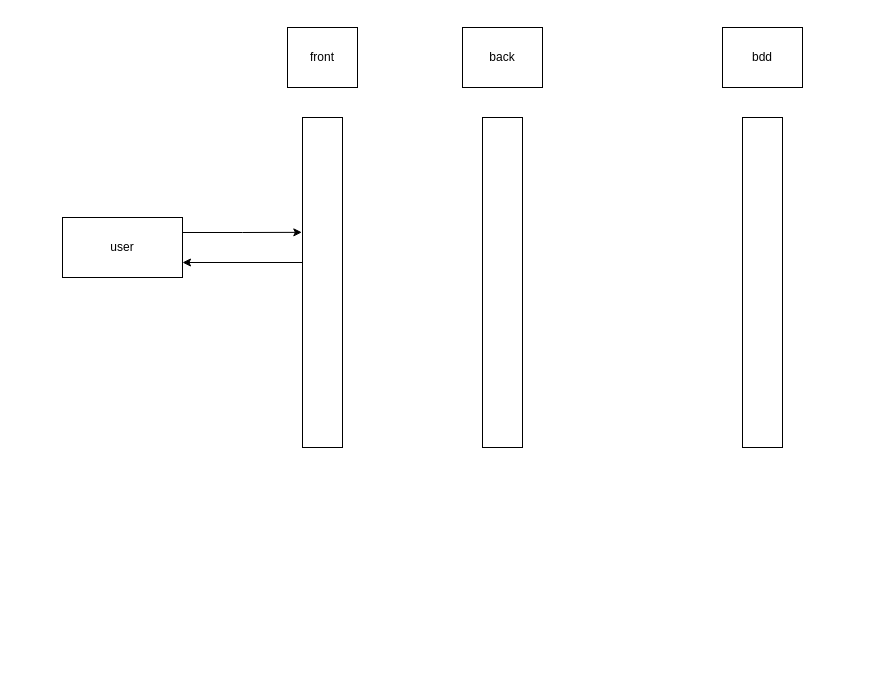
Earlier version of the draw.io diagram Diagramme sans nom.drawio (Nairolf7793/Nairolf7793). Source tidied: cells renumbered, new cells numbered last; positions are measured from the earlier drawing's top-left corner, leaving out a move shared by most shapes. Both pictures are drawn from the tidied source at 100%, with x=0, y=0 at pixel (62, 27).
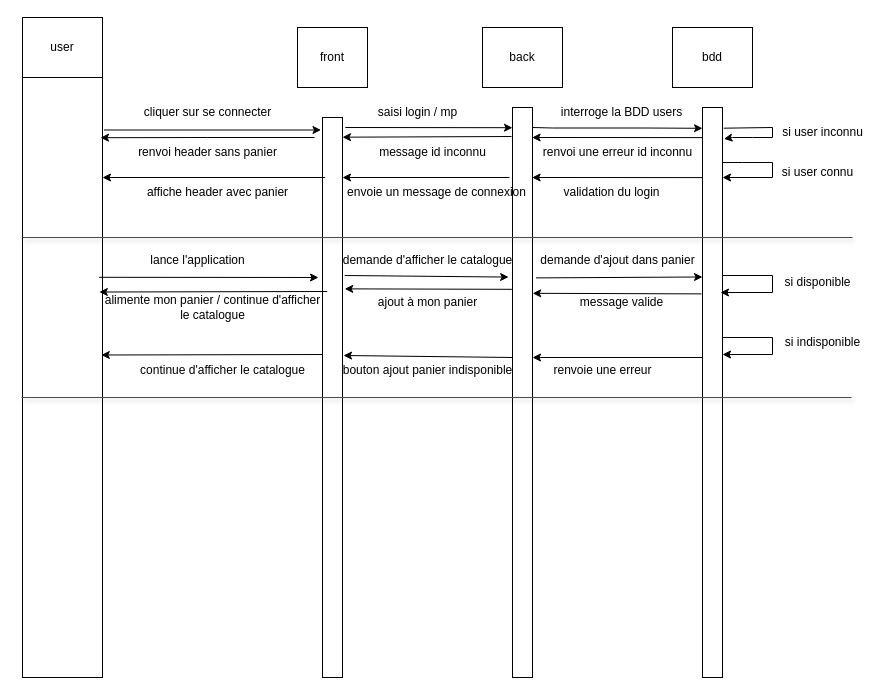
The same diagram, later.

Commit message (it also covers changes not shown here):
Mettre à jour Diagramme sans nom.drawio

Change to the diagram source:
```diff
@@
-    <mxCell id="2" value="user" style="rounded=0;whiteSpace=wrap;html=1;" parent="1" vertex="1">
-      <mxGeometry y="190" width="120" height="60" as="geometry" />
+    <mxCell id="2" style="rounded=0;whiteSpace=wrap;html=1;" parent="1" vertex="1">
+      <mxGeometry x="-40" y="50" width="80" height="600" as="geometry" />
     </mxCell>
-    <mxCell id="3" style="edgeStyle=orthogonalEdgeStyle;rounded=0;jettySize=auto;html=1;entryX=1;entryY=0.75;entryDx=0;entryDy=0;exitX=0.033;exitY=0.409;exitDx=0;exitDy=0;exitPerimeter=0;" parent="1" edge="1" source="4" target="2">
-      <mxGeometry relative="1" as="geometry">
-        <Array as="points">
-          <mxPoint x="241" y="235" />
-        </Array>
-      </mxGeometry>
-    </mxCell>
     <mxCell id="4" style="rounded=0;whiteSpace=wrap;html=1;" parent="1" vertex="1">
-      <mxGeometry x="240" y="90" width="40" height="330" as="geometry" />
+      <mxGeometry x="260" y="90" width="20" height="560" as="geometry" />
     </mxCell>
     <mxCell id="5" style="rounded=0;whiteSpace=wrap;html=1;" parent="1" vertex="1">
-      <mxGeometry x="420" y="90" width="40" height="330" as="geometry" />
+      <mxGeometry x="450" y="80" width="20" height="570" as="geometry" />
     </mxCell>
     <mxCell id="6" style="rounded=0;whiteSpace=wrap;html=1;" parent="1" vertex="1">
-      <mxGeometry x="680" y="90" width="40" height="330" as="geometry" />
+      <mxGeometry x="640" y="80" width="20" height="570" as="geometry" />
     </mxCell>
     <mxCell id="7" value="front" style="rounded=0;whiteSpace=wrap;html=1;" parent="1" vertex="1">
-      <mxGeometry x="225" width="70" height="60" as="geometry" />
+      <mxGeometry x="235" width="70" height="60" as="geometry" />
     </mxCell>
     <mxCell id="8" value="back" style="rounded=0;whiteSpace=wrap;html=1;" parent="1" vertex="1">
-      <mxGeometry x="400" width="80" height="60" as="geometry" />
+      <mxGeometry x="420" width="80" height="60" as="geometry" />
     </mxCell>
     <mxCell id="9" value="bdd" style="rounded=0;whiteSpace=wrap;html=1;" parent="1" vertex="1">
-      <mxGeometry x="660" width="80" height="60" as="geometry" />
+      <mxGeometry x="610" width="80" height="60" as="geometry" />
     </mxCell>
-    <mxCell id="10" style="edgeStyle=orthogonalEdgeStyle;rounded=0;jettySize=auto;html=1;exitX=1;exitY=0.25;exitDx=0;exitDy=0;entryX=-0.017;entryY=0.348;entryDx=0;entryDy=0;entryPerimeter=0;" parent="1" edge="1" source="2" target="4">
-      <mxGeometry relative="1" as="geometry" />
-    </mxCell>
+    <mxCell id="11" style="edgeStyle=none;orthogonalLoop=1;jettySize=auto;html=1;rounded=0;" parent="1" edge="1">
+      <mxGeometry relative="1" as="geometry">
+        <mxPoint x="41.5" y="102.5" as="sourcePoint" />
+        <mxPoint x="258.5" y="102.5" as="targetPoint" />
+        <Array as="points">
+          <mxPoint x="130.5" y="102.5" />
+          <mxPoint x="200.5" y="102.5" />
+        </Array>
+      </mxGeometry>
+    </mxCell>
+    <mxCell id="12" style="endArrow=classic;html=1;rounded=0;entryX=1.05;entryY=0.653;entryDx=0;entryDy=0;entryPerimeter=0;" parent="1" edge="1">
+      <mxGeometry relative="1" as="geometry">
+        <mxPoint x="252" y="110" as="sourcePoint" />
+        <mxPoint x="38" y="110.2" as="targetPoint" />
+        <Array as="points">
+          <mxPoint x="145" y="110" />
+        </Array>
+      </mxGeometry>
+    </mxCell>
+    <mxCell id="13" value="cliquer sur se connecter" style="text;html=1;align=center;verticalAlign=middle;strokeColor=none;fillColor=none;" parent="1" vertex="1">
+      <mxGeometry x="70" y="70" width="150" height="30" as="geometry" />
+    </mxCell>
+    <mxCell id="14" style="endArrow=classic;html=1;rounded=0;entryX=0.957;entryY=0.651;entryDx=0;entryDy=0;entryPerimeter=0;exitX=0;exitY=0.668;exitDx=0;exitDy=0;exitPerimeter=0;" parent="1" edge="1">
+      <mxGeometry relative="1" as="geometry">
+        <mxPoint x="262.6" y="150" as="sourcePoint" />
+        <mxPoint x="40" y="150" as="targetPoint" />
+      </mxGeometry>
+    </mxCell>
+    <mxCell id="15" value="renvoi header sans panier" style="text;html=1;align=center;verticalAlign=middle;strokeColor=none;fillColor=none;" parent="1" vertex="1">
+      <mxGeometry x="65" y="110" width="160" height="30" as="geometry" />
+    </mxCell>
+    <mxCell id="16" style="endArrow=classic;html=1;rounded=0;entryX=-0.13;entryY=0.404;entryDx=0;entryDy=0;entryPerimeter=0;exitX=1;exitY=0.138;exitDx=0;exitDy=0;exitPerimeter=0;" parent="1" edge="1">
+      <mxGeometry relative="1" as="geometry">
+        <mxPoint x="470" y="100" as="sourcePoint" />
+        <mxPoint x="640" y="100.8" as="targetPoint" />
+        <Array as="points">
+          <mxPoint x="490" y="100.5" />
+          <mxPoint x="582.6" y="100.5" />
+        </Array>
+      </mxGeometry>
+    </mxCell>
+    <mxCell id="17" value="interroge la BDD users" style="text;html=1;align=center;verticalAlign=middle;strokeColor=none;fillColor=none;" parent="1" vertex="1">
+      <mxGeometry x="489" y="70" width="140" height="30" as="geometry" />
+    </mxCell>
+    <mxCell id="18" style="endArrow=classic;html=1;rounded=0;entryX=0.83;entryY=0.408;entryDx=0;entryDy=0;entryPerimeter=0;" parent="1" edge="1">
+      <mxGeometry relative="1" as="geometry">
+        <mxPoint x="447" y="150" as="sourcePoint" />
+        <mxPoint x="280" y="150" as="targetPoint" />
+      </mxGeometry>
+    </mxCell>
+    <mxCell id="19" style="endArrow=classic;html=1;rounded=0;entryX=1.23;entryY=0.726;entryDx=0;entryDy=0;entryPerimeter=0;" parent="1" edge="1">
+      <mxGeometry relative="1" as="geometry">
+        <mxPoint x="449" y="109" as="sourcePoint" />
+        <mxPoint x="280" y="109.7" as="targetPoint" />
+      </mxGeometry>
+    </mxCell>
+    <mxCell id="20" style="edgeStyle=none;jettySize=auto;html=1;rounded=0;exitX=1.06;exitY=0.093;exitDx=0;exitDy=0;exitPerimeter=0;entryX=1.07;entryY=0.055;entryDx=0;entryDy=0;entryPerimeter=0;" parent="1" edge="1" target="6">
+      <mxGeometry relative="1" as="geometry">
+        <mxPoint x="661.2" y="100.7" as="sourcePoint" />
+        <Array as="points">
+          <mxPoint x="710" y="100" />
+          <mxPoint x="710" y="110" />
+          <mxPoint x="690" y="110" />
+          <mxPoint x="670" y="110" />
+        </Array>
+      </mxGeometry>
+    </mxCell>
+    <mxCell id="21" value="si user inconnu" style="text;html=1;align=center;verticalAlign=middle;strokeColor=none;fillColor=none;" parent="1" vertex="1">
+      <mxGeometry x="710" y="90" width="100" height="30" as="geometry" />
+    </mxCell>
+    <mxCell id="22" value="renvoi une erreur id inconnu" style="text;html=1;align=center;verticalAlign=middle;strokeColor=none;fillColor=none;" parent="1" vertex="1">
+      <mxGeometry x="470" y="110" width="170" height="30" as="geometry" />
+    </mxCell>
+    <mxCell id="23" value="si user connu" style="text;html=1;align=center;verticalAlign=middle;strokeColor=none;fillColor=none;" parent="1" vertex="1">
+      <mxGeometry x="710" y="130" width="90" height="30" as="geometry" />
+    </mxCell>
+    <mxCell id="24" style="edgeStyle=none;orthogonalLoop=1;jettySize=auto;html=1;rounded=0;entryX=1.02;entryY=0.202;entryDx=0;entryDy=0;entryPerimeter=0;fillColor=#3EFF30;" parent="1" edge="1">
+      <mxGeometry relative="1" as="geometry">
+        <mxPoint x="660" y="135" as="sourcePoint" />
+        <mxPoint x="660" y="150" as="targetPoint" />
+        <Array as="points">
+          <mxPoint x="680" y="135" />
+          <mxPoint x="710" y="135" />
+          <mxPoint x="710" y="150" />
+        </Array>
+      </mxGeometry>
+    </mxCell>
+    <mxCell id="25" value="envoie un message de connexion" style="text;html=1;align=center;verticalAlign=middle;strokeColor=none;fillColor=none;" parent="1" vertex="1">
+      <mxGeometry x="274" y="150" width="200" height="30" as="geometry" />
+    </mxCell>
+    <mxCell id="26" value="affiche header avec panier" style="text;html=1;align=center;verticalAlign=middle;strokeColor=none;fillColor=none;" parent="1" vertex="1">
+      <mxGeometry x="75" y="150" width="160" height="30" as="geometry" />
+    </mxCell>
+    <mxCell id="27" style="endArrow=classic;html=1;rounded=0;exitX=0.02;exitY=0.179;exitDx=0;exitDy=0;exitPerimeter=0;" parent="1" edge="1">
+      <mxGeometry relative="1" as="geometry">
+        <mxPoint x="640" y="150.1" as="sourcePoint" />
+        <mxPoint x="469.6" y="150" as="targetPoint" />
+      </mxGeometry>
+    </mxCell>
+    <mxCell id="28" style="endArrow=classic;html=1;rounded=0;exitX=1.14;exitY=0.059;exitDx=0;exitDy=0;exitPerimeter=0;entryX=0;entryY=0.09;entryDx=0;entryDy=0;entryPerimeter=0;" parent="1" edge="1">
+      <mxGeometry relative="1" as="geometry">
+        <mxPoint x="282.8" y="100" as="sourcePoint" />
+        <mxPoint x="450" y="100.2" as="targetPoint" />
+      </mxGeometry>
+    </mxCell>
+    <mxCell id="29" value="saisi login / mp" style="text;html=1;align=center;verticalAlign=middle;strokeColor=none;fillColor=none;" parent="1" vertex="1">
+      <mxGeometry x="305" y="70" width="100" height="30" as="geometry" />
+    </mxCell>
+    <mxCell id="30" value="message id inconnu" style="text;html=1;align=center;verticalAlign=middle;strokeColor=none;fillColor=none;" parent="1" vertex="1">
+      <mxGeometry x="305" y="110" width="130" height="30" as="geometry" />
+    </mxCell>
+    <mxCell id="31" style="endArrow=classic;html=1;rounded=0;exitX=0.02;exitY=0.179;exitDx=0;exitDy=0;exitPerimeter=0;" parent="1" edge="1">
+      <mxGeometry relative="1" as="geometry">
+        <mxPoint x="640" y="110.1" as="sourcePoint" />
+        <mxPoint x="469.6" y="110" as="targetPoint" />
+      </mxGeometry>
+    </mxCell>
+    <mxCell id="32" value="validation du login" style="text;html=1;align=center;verticalAlign=middle;strokeColor=none;fillColor=none;" parent="1" vertex="1">
+      <mxGeometry x="489" y="150" width="120" height="30" as="geometry" />
+    </mxCell>
+    <mxCell id="33" style="endArrow=classic;html=1;rounded=0;exitX=0.957;exitY=0.333;exitDx=0;exitDy=0;exitPerimeter=0;" parent="1" edge="1" source="2">
+      <mxGeometry relative="1" as="geometry">
+        <mxPoint x="256" y="250" as="targetPoint" />
+      </mxGeometry>
+    </mxCell>
+    <mxCell id="34" value="lance l'application" style="text;html=1;align=center;verticalAlign=middle;strokeColor=none;fillColor=none;" parent="1" vertex="1">
+      <mxGeometry x="75" y="218" width="120" height="30" as="geometry" />
+    </mxCell>
+    <mxCell id="35" style="endArrow=classic;html=1;rounded=0;entryX=0.927;entryY=1.053;entryDx=0;entryDy=0;entryPerimeter=0;exitX=0.064;exitY=1;exitDx=0;exitDy=0;exitPerimeter=0;" parent="1" edge="1" source="36" target="36">
+      <mxGeometry relative="1" as="geometry" />
+    </mxCell>
+    <mxCell id="36" value="demande d'afficher le catalogue" style="text;html=1;align=center;verticalAlign=middle;points=[];strokeColor=none;fillColor=none;" parent="1" vertex="1">
+      <mxGeometry x="270" y="218" width="190" height="30" as="geometry" />
+    </mxCell>
+    <mxCell id="37" style="endArrow=classic;html=1;rounded=0;exitX=0.047;exitY=1.08;exitDx=0;exitDy=0;exitPerimeter=0;" parent="1" edge="1" source="38">
+      <mxGeometry relative="1" as="geometry">
+        <mxPoint x="640" y="249.5" as="targetPoint" />
+      </mxGeometry>
+    </mxCell>
+    <mxCell id="38" value="demande d'ajout dans panier" style="text;html=1;align=center;verticalAlign=middle;points=[];strokeColor=none;fillColor=none;" parent="1" vertex="1">
+      <mxGeometry x="465" y="218" width="180" height="30" as="geometry" />
+    </mxCell>
+    <mxCell id="39" style="endArrow=classic;html=1;rounded=0;" parent="1" edge="1">
+      <mxGeometry relative="1" as="geometry">
+        <mxPoint x="660" y="248" as="sourcePoint" />
+        <mxPoint x="658" y="265" as="targetPoint" />
+        <Array as="points">
+          <mxPoint x="710" y="248" />
+          <mxPoint x="710" y="265" />
+        </Array>
+      </mxGeometry>
+    </mxCell>
+    <mxCell id="40" value="si disponible" style="text;html=1;align=center;verticalAlign=middle;strokeColor=none;fillColor=none;" parent="1" vertex="1">
+      <mxGeometry x="710" y="240" width="90" height="30" as="geometry" />
+    </mxCell>
+    <mxCell id="41" style="endArrow=classic;html=1;rounded=0;exitX=-0.05;exitY=0.327;exitDx=0;exitDy=0;entryX=1.01;entryY=0.326;entryDx=0;entryDy=0;entryPerimeter=0;exitPerimeter=0;" parent="1" edge="1" source="6" target="5">
+      <mxGeometry relative="1" as="geometry" />
+    </mxCell>
+    <mxCell id="42" value="message valide" style="text;html=1;align=center;verticalAlign=middle;strokeColor=none;fillColor=none;" parent="1" vertex="1">
+      <mxGeometry x="504" y="260" width="110" height="30" as="geometry" />
+    </mxCell>
+    <mxCell id="43" style="endArrow=classic;html=1;rounded=0;exitX=-0.03;exitY=0.319;exitDx=0;exitDy=0;entryX=1.11;entryY=0.306;entryDx=0;entryDy=0;entryPerimeter=0;exitPerimeter=0;" parent="1" edge="1" source="5" target="4">
+      <mxGeometry relative="1" as="geometry" />
+    </mxCell>
+    <mxCell id="44" value="ajout à mon panier" style="text;html=1;align=center;verticalAlign=middle;strokeColor=none;fillColor=none;" parent="1" vertex="1">
+      <mxGeometry x="305" y="260" width="120" height="30" as="geometry" />
+    </mxCell>
+    <mxCell id="45" style="endArrow=classic;html=1;rounded=0;entryX=1.06;entryY=0.699;entryDx=0;entryDy=0;entryPerimeter=0;exitX=0.978;exitY=0.1;exitDx=0;exitDy=0;exitPerimeter=0;" parent="1" edge="1" source="46">
+      <mxGeometry relative="1" as="geometry">
+        <mxPoint x="36.8" y="264.5" as="targetPoint" />
+      </mxGeometry>
+    </mxCell>
+    <mxCell id="46" value="alimente mon panier / continue d'afficher&lt;div&gt;le catalogue&lt;/div&gt;" style="text;html=1;align=center;verticalAlign=middle;points=[];strokeColor=none;fillColor=none;" parent="1" vertex="1">
+      <mxGeometry x="30" y="260" width="240" height="40" as="geometry" />
+    </mxCell>
+    <mxCell id="47" style="endArrow=classic;html=1;rounded=0;entryX=1;entryY=0.5;entryDx=0;entryDy=0;" parent="1" edge="1">
+      <mxGeometry relative="1" as="geometry">
+        <mxPoint x="660" y="310" as="sourcePoint" />
+        <mxPoint x="660" y="327" as="targetPoint" />
+        <Array as="points">
+          <mxPoint x="710" y="310" />
+          <mxPoint x="710" y="327" />
+        </Array>
+      </mxGeometry>
+    </mxCell>
+    <mxCell id="48" value="si indisponible" style="text;html=1;align=center;verticalAlign=middle;strokeColor=none;fillColor=none;" parent="1" vertex="1">
+      <mxGeometry x="710" y="300" width="100" height="30" as="geometry" />
+    </mxCell>
+    <mxCell id="49" style="endArrow=classic;html=1;rounded=0;exitX=0;exitY=0.5;exitDx=0;exitDy=0;entryX=1;entryY=0.5;entryDx=0;entryDy=0;" parent="1" edge="1">
+      <mxGeometry relative="1" as="geometry">
+        <mxPoint x="640" y="330" as="sourcePoint" />
+        <mxPoint x="470" y="330" as="targetPoint" />
+      </mxGeometry>
+    </mxCell>
+    <mxCell id="50" style="endArrow=classic;html=1;rounded=0;exitX=0;exitY=0.5;exitDx=0;exitDy=0;entryX=1.06;entryY=0.481;entryDx=0;entryDy=0;entryPerimeter=0;" parent="1" edge="1">
+      <mxGeometry relative="1" as="geometry">
+        <mxPoint x="450" y="330" as="sourcePoint" />
+        <mxPoint x="281" y="328" as="targetPoint" />
+      </mxGeometry>
+    </mxCell>
+    <mxCell id="51" value="renvoie une erreur" style="text;html=1;align=center;verticalAlign=middle;strokeColor=none;fillColor=none;" parent="1" vertex="1">
+      <mxGeometry x="480" y="328" width="120" height="30" as="geometry" />
+    </mxCell>
+    <mxCell id="52" value="bouton ajout panier indisponible" style="text;html=1;align=center;verticalAlign=middle;strokeColor=none;fillColor=none;" parent="1" vertex="1">
+      <mxGeometry x="270" y="328" width="190" height="30" as="geometry" />
+    </mxCell>
+    <mxCell id="53" style="endArrow=classic;html=1;rounded=0;entryX=1.06;entryY=0.699;entryDx=0;entryDy=0;entryPerimeter=0;exitX=-0.1;exitY=0.483;exitDx=0;exitDy=0;exitPerimeter=0;" parent="1" edge="1">
+      <mxGeometry relative="1" as="geometry">
+        <mxPoint x="260" y="327" as="sourcePoint" />
+        <mxPoint x="38.8" y="327.5" as="targetPoint" />
+      </mxGeometry>
+    </mxCell>
+    <mxCell id="54" value="continue d'afficher le catalogue" style="text;html=1;align=center;verticalAlign=middle;strokeColor=none;fillColor=none;" parent="1" vertex="1">
+      <mxGeometry x="65" y="328" width="190" height="30" as="geometry" />
+    </mxCell>
+    <mxCell id="55" style="endArrow=none;html=1;rounded=0;shadow=1;strokeColor=#FF0000;" parent="1" edge="1">
+      <mxGeometry relative="1" as="geometry">
+        <mxPoint x="-40" y="210" as="sourcePoint" />
+        <mxPoint x="790" y="210" as="targetPoint" />
+      </mxGeometry>
+    </mxCell>
+    <mxCell id="56" style="endArrow=none;html=1;rounded=0;shadow=1;strokeColor=#FF0000;" parent="1" edge="1">
+      <mxGeometry relative="1" as="geometry">
+        <mxPoint x="-41" y="370" as="sourcePoint" />
+        <mxPoint x="789" y="370" as="targetPoint" />
+      </mxGeometry>
+    </mxCell>
+    <mxCell id="57" value="user" style="rounded=0;whiteSpace=wrap;html=1;" parent="1" vertex="1">
+      <mxGeometry x="-40" y="-10" width="80" height="60" as="geometry" />
+    </mxCell>
```
